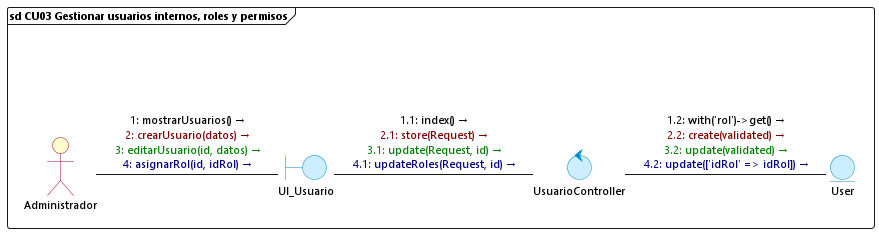
This is diagramas/comunicacion/cu03_gestionar_usuarios_roles_permisos.png from DiogoMars777/TELCOM-2.0, a PlantUML export, as it was before one commit. Its diagram source:
```plantuml
@startuml cu03_gestionar_usuarios_roles_permisos
skinparam backgroundColor white
skinparam defaultFontName "Segoe UI"
skinparam defaultFontSize 11
skinparam interfaceBackgroundColor transparent
skinparam interfaceBorderColor transparent
skinparam actorBackgroundColor #FEFECE
skinparam actorBorderColor #A80036
skinparam boundaryBackgroundColor #CCEEFF
skinparam boundaryBorderColor #0088CC
skinparam controlBackgroundColor #CCEEFF
skinparam controlBorderColor #0088CC
skinparam entityBackgroundColor #CCEEFF
skinparam entityBorderColor #0088CC

frame "sd CU03 Gestionar usuarios internos, roles y permisos" {
    () " " as spacer
    actor Administrador
    boundary UI_Usuario
    control UsuarioController
    entity User

    spacer -[hidden]down- Administrador

    Administrador -right- UI_Usuario : <font color=#000000>1: mostrarUsuarios() →</font>\n<font color=#800000>2: crearUsuario(datos) →</font>\n<font color=#008000>3: editarUsuario(id, datos) →</font>\n<font color=#000080>4: asignarRol(id, idRol) →</font>

    UI_Usuario -right- UsuarioController : <font color=#000000>1.1: index() →</font>\n<font color=#800000>2.1: store(Request) →</font>\n<font color=#008000>3.1: update(Request, id) →</font>\n<font color=#000080>4.1: updateRoles(Request, id) →</font>

    UsuarioController -right- User : <font color=#000000>1.2: with('rol')->get() →</font>\n<font color=#800000>2.2: create(validated) →</font>\n<font color=#008000>3.2: update(validated) →</font>\n<font color=#000080>4.2: update(['idRol' => idRol]) →</font>
}
@enduml
```
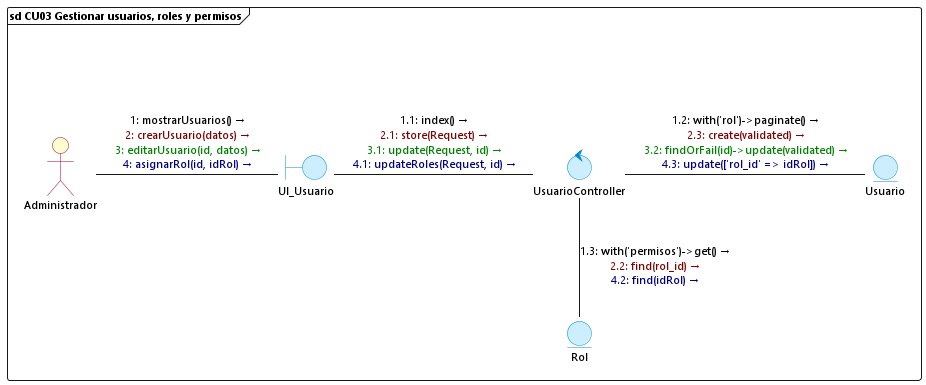
After the commit.

The edit, as a diff of the source:
```diff
@@ -13,12 +13,13 @@
 skinparam entityBackgroundColor #CCEEFF
 skinparam entityBorderColor #0088CC
 
-frame "sd CU03 Gestionar usuarios internos, roles y permisos" {
+frame "sd CU03 Gestionar usuarios, roles y permisos" {
     () " " as spacer
-    actor Administrador
+    actor "Administrador" as Administrador
     boundary UI_Usuario
     control UsuarioController
-    entity User
+    entity Usuario
+    entity Rol
 
     spacer -[hidden]down- Administrador
 
@@ -26,6 +27,8 @@
 
     UI_Usuario -right- UsuarioController : <font color=#000000>1.1: index() →</font>\n<font color=#800000>2.1: store(Request) →</font>\n<font color=#008000>3.1: update(Request, id) →</font>\n<font color=#000080>4.1: updateRoles(Request, id) →</font>
 
-    UsuarioController -right- User : <font color=#000000>1.2: with('rol')->get() →</font>\n<font color=#800000>2.2: create(validated) →</font>\n<font color=#008000>3.2: update(validated) →</font>\n<font color=#000080>4.2: update(['idRol' => idRol]) →</font>
+    UsuarioController -right- Usuario : <font color=#000000>1.2: with('rol')->paginate() →</font>\n<font color=#800000>2.3: create(validated) →</font>\n<font color=#008000>3.2: findOrFail(id)->update(validated) →</font>\n<font color=#000080>4.3: update(['rol_id' => idRol]) →</font>
+
+    UsuarioController -down- Rol : <font color=#000000>1.3: with('permisos')->get() →</font>\n<font color=#800000>2.2: find(rol_id) →</font>\n<font color=#000080>4.2: find(idRol) →</font>
 }
 @enduml
```
